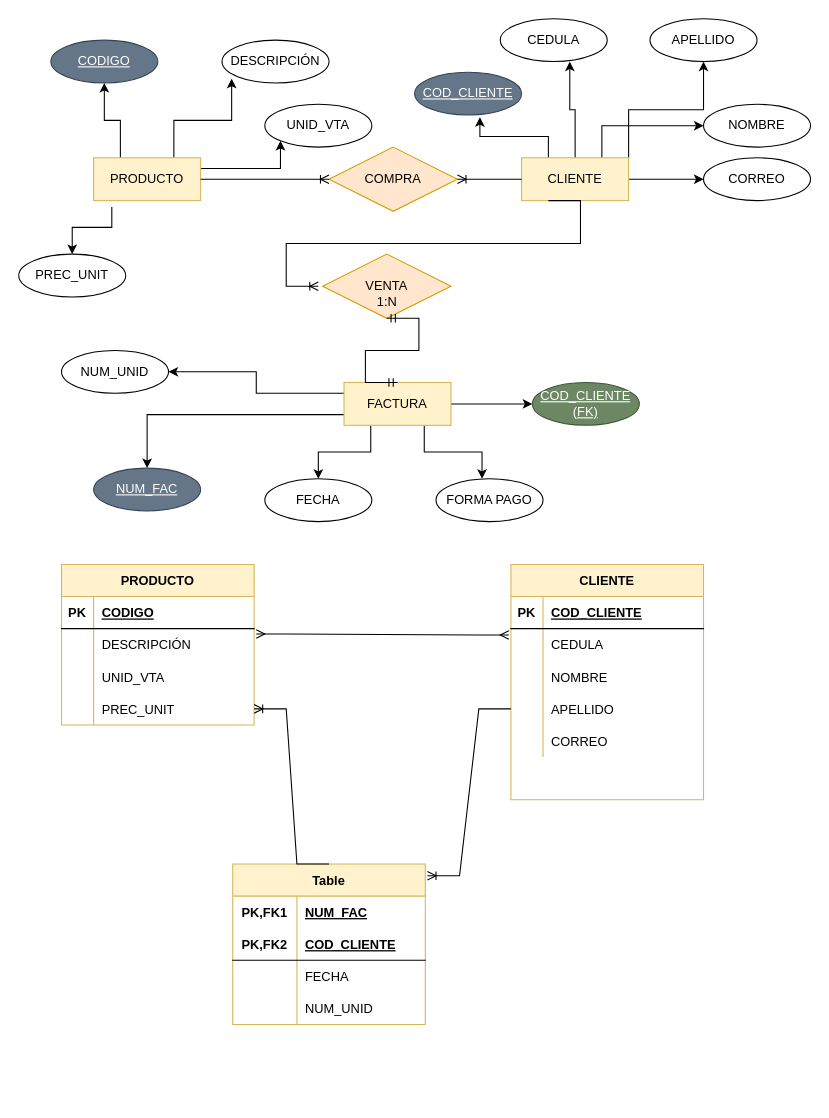
Above: Micromercado.drawio in AOlmosPilares/Base-de-Datos (draw.io), before the change. Source tidied: cells renumbered, new cells numbered last; positions are measured from the earlier drawing's top-left corner, leaving out a move shared by most shapes. Both pictures are drawn from the tidied source at 107%, with x=0, y=0 at pixel (18, 18).
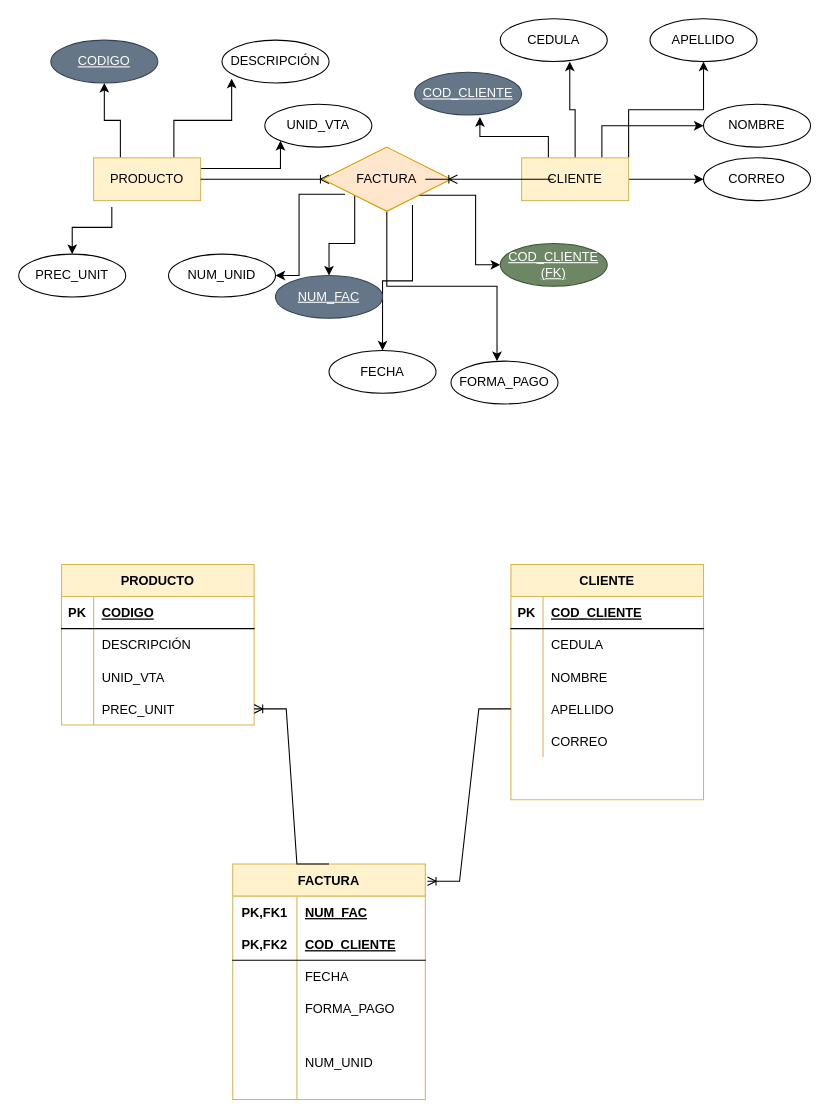
The same page after the edit.

The change refers to these unchanged cells:
```xml
<mxCell id="6" value="PRODUCTO" style="whiteSpace=wrap;html=1;align=center;fillColor=#fff2cc;strokeColor=#d6b656;" parent="1" vertex="1">
  <mxGeometry x="70" y="130" width="100" height="40" as="geometry" />
</mxCell>
<mxCell id="16" value="CLIENTE" style="whiteSpace=wrap;html=1;align=center;fillColor=#fff2cc;strokeColor=#d6b656;" parent="1" vertex="1">
  <mxGeometry x="470" y="130" width="100" height="40" as="geometry" />
</mxCell>
<mxCell id="44" style="shape=tableRow;horizontal=0;startSize=0;swimlaneHead=0;swimlaneBody=0;fillColor=none;points=[[0,0.5],[1,0.5]];portConstraint=eastwest;top=0;left=0;right=0;bottom=0;" parent="40" vertex="1">
  <mxGeometry y="60" width="180" height="30" as="geometry" />
</mxCell>
<mxCell id="57" style="shape=tableRow;horizontal=0;startSize=0;swimlaneHead=0;swimlaneBody=0;fillColor=none;points=[[0,0.5],[1,0.5]];portConstraint=eastwest;top=0;left=0;right=0;bottom=0;" parent="53" vertex="1">
  <mxGeometry y="60" width="180" height="30" as="geometry" />
</mxCell>
```

Change to the diagram source:
```diff
@@
-    <mxCell id="22" style="edgeStyle=orthogonalEdgeStyle;rounded=0;jettySize=auto;html=1;exitX=0;exitY=0.75;exitDx=0;exitDy=0;entryX=0.5;entryY=0;entryDx=0;entryDy=0;" parent="1" edge="1" source="27" target="28">
+    <mxCell id="22" style="edgeStyle=orthogonalEdgeStyle;rounded=0;jettySize=auto;html=1;exitX=0;exitY=1;exitDx=0;exitDy=0;entryX=0.5;entryY=0;entryDx=0;entryDy=0;" parent="1" edge="1" source="27" target="28">
       <mxGeometry relative="1" as="geometry" />
     </mxCell>
-    <mxCell id="23" style="edgeStyle=orthogonalEdgeStyle;rounded=0;jettySize=auto;html=1;exitX=0.25;exitY=1;exitDx=0;exitDy=0;entryX=0.5;entryY=0;entryDx=0;entryDy=0;" parent="1" edge="1" source="27" target="29">
+    <mxCell id="23" style="edgeStyle=orthogonalEdgeStyle;rounded=0;jettySize=auto;html=1;exitX=0.7;exitY=0.9;exitDx=0;exitDy=0;entryX=0.5;entryY=0;entryDx=0;entryDy=0;exitPerimeter=0;" parent="1" edge="1" source="27" target="29">
       <mxGeometry relative="1" as="geometry" />
     </mxCell>
-    <mxCell id="24" style="edgeStyle=orthogonalEdgeStyle;rounded=0;jettySize=auto;html=1;exitX=0.75;exitY=1;exitDx=0;exitDy=0;entryX=0.43;entryY=0;entryDx=0;entryDy=0;entryPerimeter=0;" parent="1" edge="1" source="27" target="30">
+    <mxCell id="24" style="edgeStyle=orthogonalEdgeStyle;rounded=0;jettySize=auto;html=1;exitX=0.5;exitY=1;exitDx=0;exitDy=0;entryX=0.43;entryY=0;entryDx=0;entryDy=0;entryPerimeter=0;" parent="1" edge="1" source="27" target="30">
       <mxGeometry relative="1" as="geometry" />
     </mxCell>
-    <mxCell id="25" style="edgeStyle=orthogonalEdgeStyle;rounded=0;jettySize=auto;html=1;exitX=1;exitY=0.5;exitDx=0;exitDy=0;entryX=0;entryY=0.5;entryDx=0;entryDy=0;" parent="1" edge="1" source="27" target="38">
+    <mxCell id="25" style="edgeStyle=orthogonalEdgeStyle;rounded=0;jettySize=auto;html=1;exitX=1;exitY=1;exitDx=0;exitDy=0;entryX=0;entryY=0.5;entryDx=0;entryDy=0;" parent="1" edge="1" source="27" target="38">
       <mxGeometry relative="1" as="geometry" />
     </mxCell>
-    <mxCell id="26" style="edgeStyle=orthogonalEdgeStyle;rounded=0;jettySize=auto;html=1;exitX=0;exitY=0.25;exitDx=0;exitDy=0;entryX=1;entryY=0.5;entryDx=0;entryDy=0;" parent="1" edge="1" source="27" target="39">
+    <mxCell id="26" style="edgeStyle=orthogonalEdgeStyle;rounded=0;jettySize=auto;html=1;exitX=0.175;exitY=0.733;exitDx=0;exitDy=0;entryX=1;entryY=0.5;entryDx=0;entryDy=0;exitPerimeter=0;" parent="1" edge="1" source="27" target="39">
       <mxGeometry relative="1" as="geometry" />
     </mxCell>
-    <mxCell id="27" value="FACTURA" style="whiteSpace=wrap;html=1;align=center;fillColor=#fff2cc;strokeColor=#d6b656;" parent="1" vertex="1">
-      <mxGeometry x="304" y="340" width="100" height="40" as="geometry" />
-    </mxCell>
     <mxCell id="28" value="NUM_FAC" style="ellipse;whiteSpace=wrap;html=1;align=center;fontStyle=4;fillColor=#647687;fontColor=#ffffff;strokeColor=#314354;" parent="1" vertex="1">
-      <mxGeometry x="70" y="420" width="100" height="40" as="geometry" />
+      <mxGeometry x="240" y="240" width="100" height="40" as="geometry" />
     </mxCell>
     <mxCell id="29" value="FECHA" style="ellipse;whiteSpace=wrap;html=1;align=center;" parent="1" vertex="1">
-      <mxGeometry x="230" y="430" width="100" height="40" as="geometry" />
+      <mxGeometry x="290" y="310" width="100" height="40" as="geometry" />
     </mxCell>
-    <mxCell id="30" value="FORMA PAGO" style="ellipse;whiteSpace=wrap;html=1;align=center;" parent="1" vertex="1">
-      <mxGeometry x="390" y="430" width="100" height="40" as="geometry" />
+    <mxCell id="30" value="FORMA_PAGO" style="ellipse;whiteSpace=wrap;html=1;align=center;" parent="1" vertex="1">
+      <mxGeometry x="404" y="320" width="100" height="40" as="geometry" />
     </mxCell>
-    <mxCell id="31" value="COMPRA" style="shape=rhombus;perimeter=rhombusPerimeter;whiteSpace=wrap;html=1;align=center;fillColor=#ffe6cc;strokeColor=#d79b00;" parent="1" vertex="1">
-      <mxGeometry x="290" y="120" width="120" height="60" as="geometry" />
-    </mxCell>
-    <mxCell id="32" style="edgeStyle=entityRelationEdgeStyle;fontSize=12;html=1;endArrow=ERoneToMany;rounded=0;exitX=0;exitY=0.5;exitDx=0;exitDy=0;entryX=1;entryY=0.5;entryDx=0;entryDy=0;" parent="1" edge="1" source="16" target="31">
-      <mxGeometry relative="1" as="geometry" />
-    </mxCell>
-    <mxCell id="33" style="edgeStyle=entityRelationEdgeStyle;fontSize=12;html=1;endArrow=ERoneToMany;rounded=0;exitX=1;exitY=0.5;exitDx=0;exitDy=0;entryX=0;entryY=0.5;entryDx=0;entryDy=0;" parent="1" edge="1" source="6" target="31">
-      <mxGeometry relative="1" as="geometry" />
+    <mxCell id="33" style="edgeStyle=entityRelationEdgeStyle;fontSize=12;html=1;endArrow=ERoneToMany;rounded=0;exitX=1;exitY=0.5;exitDx=0;exitDy=0;entryX=0;entryY=0.5;entryDx=0;entryDy=0;" parent="1" edge="1" source="6">
+      <mxGeometry relative="1" as="geometry">
+        <mxPoint x="290" y="150" as="targetPoint" />
+      </mxGeometry>
     </mxCell>
-    <mxCell id="34" value="VENTA" style="shape=rhombus;perimeter=rhombusPerimeter;whiteSpace=wrap;html=1;align=center;fillColor=#ffe6cc;strokeColor=#d79b00;" parent="1" vertex="1">
-      <mxGeometry x="284" y="220" width="120" height="60" as="geometry" />
-    </mxCell>
-    <mxCell id="35" style="edgeStyle=entityRelationEdgeStyle;fontSize=12;html=1;endArrow=ERoneToMany;rounded=0;exitX=0.25;exitY=1;exitDx=0;exitDy=0;" parent="1" edge="1" source="16">
-      <mxGeometry relative="1" as="geometry">
-        <mxPoint x="280" y="250" as="targetPoint" />
-      </mxGeometry>
-    </mxCell>
-    <mxCell id="36" style="edgeStyle=entityRelationEdgeStyle;fontSize=12;html=1;endArrow=ERmandOne;startArrow=ERmandOne;rounded=0;exitX=0.5;exitY=0;exitDx=0;exitDy=0;entryX=0.5;entryY=1;entryDx=0;entryDy=0;" parent="1" edge="1" source="27" target="34">
-      <mxGeometry relative="1" as="geometry" />
-    </mxCell>
-    <mxCell id="37" value="1:N" style="text;html=1;align=center;verticalAlign=middle;fillColor=none;strokeColor=none;rounded=0;" parent="1" vertex="1">
-      <mxGeometry x="324" y="250" width="40" height="30" as="geometry" />
-    </mxCell>
     <mxCell id="38" value="COD_CLIENTE&lt;br&gt;(FK)" style="ellipse;whiteSpace=wrap;html=1;align=center;fontStyle=4;fillColor=#6d8764;fontColor=#ffffff;strokeColor=#3A5431;" parent="1" vertex="1">
-      <mxGeometry x="480" y="340" width="100" height="40" as="geometry" />
+      <mxGeometry x="450" y="210" width="100" height="40" as="geometry" />
     </mxCell>
     <mxCell id="39" value="NUM_UNID" style="ellipse;whiteSpace=wrap;html=1;align=center;" parent="1" vertex="1">
-      <mxGeometry x="40" y="310" width="100" height="40" as="geometry" />
+      <mxGeometry x="140" y="220" width="100" height="40" as="geometry" />
     </mxCell>
@@
-    <mxCell id="69" style="edgeStyle=entityRelationEdgeStyle;fontSize=12;html=1;endArrow=ERmany;startArrow=ERmany;rounded=0;exitX=1.011;exitY=0.167;exitDx=0;exitDy=0;exitPerimeter=0;entryX=-0.011;entryY=0.2;entryDx=0;entryDy=0;entryPerimeter=0;" parent="1" edge="1" source="44" target="57">
-      <mxGeometry relative="1" as="geometry" />
-    </mxCell>
@@
-    <mxCell id="71" value="Table" style="shape=table;startSize=30;childLayout=tableLayout;rowLines=0;fontStyle=1;align=center;fillColor=#fff2cc;strokeColor=#d6b656;" parent="1" vertex="1">
-      <mxGeometry x="200" y="790" width="180" height="150" as="geometry" />
+    <mxCell id="71" value="FACTURA" style="shape=table;startSize=30;childLayout=tableLayout;rowLines=0;fontStyle=1;align=center;fillColor=#fff2cc;strokeColor=#d6b656;" parent="1" vertex="1">
+      <mxGeometry x="200" y="790" width="180" height="220" as="geometry" />
     </mxCell>
@@
+    <mxCell id="85" style="shape=tableRow;horizontal=0;startSize=0;swimlaneHead=0;swimlaneBody=0;fillColor=none;top=0;left=0;right=0;bottom=0;" parent="71" vertex="1">
+      <mxGeometry y="120" width="180" height="30" as="geometry" />
+    </mxCell>
+    <mxCell id="86" style="shape=partialRectangle;fillColor=none;top=0;left=0;bottom=0;right=0;overflow=hidden;" parent="85" vertex="1">
+      <mxGeometry width="60" height="30" as="geometry" />
+    </mxCell>
+    <mxCell id="87" value="FORMA_PAGO" style="shape=partialRectangle;fillColor=none;top=0;left=0;bottom=0;right=0;align=left;spacingLeft=6;overflow=hidden;" parent="85" vertex="1">
+      <mxGeometry x="60" width="120" height="30" as="geometry" />
+    </mxCell>
     <mxCell id="81" style="shape=tableRow;horizontal=0;startSize=0;swimlaneHead=0;swimlaneBody=0;fillColor=none;top=0;left=0;right=0;bottom=0;" parent="71" vertex="1">
-      <mxGeometry y="120" width="180" height="30" as="geometry" />
+      <mxGeometry y="150" width="180" height="70" as="geometry" />
     </mxCell>
     <mxCell id="82" style="shape=partialRectangle;fillColor=none;top=0;left=0;bottom=0;right=0;overflow=hidden;" parent="81" vertex="1">
-      <mxGeometry width="60" height="30" as="geometry" />
+      <mxGeometry width="60" height="70" as="geometry" />
     </mxCell>
     <mxCell id="83" value="NUM_UNID" style="shape=partialRectangle;fillColor=none;top=0;left=0;bottom=0;right=0;align=left;spacingLeft=6;overflow=hidden;" parent="81" vertex="1">
-      <mxGeometry x="60" width="120" height="30" as="geometry" />
+      <mxGeometry x="60" width="120" height="70" as="geometry" />
     </mxCell>
@@
+    <mxCell id="27" value="FACTURA" style="shape=rhombus;perimeter=rhombusPerimeter;whiteSpace=wrap;html=1;align=center;fillColor=#ffe6cc;strokeColor=#d79b00;" parent="1" vertex="1">
+      <mxGeometry x="284" y="120" width="120" height="60" as="geometry" />
+    </mxCell>
+    <mxCell id="88" style="edgeStyle=entityRelationEdgeStyle;fontSize=12;html=1;endArrow=ERoneToMany;rounded=0;exitX=0;exitY=0.5;exitDx=0;exitDy=0;" parent="1" edge="1" source="16">
+      <mxGeometry relative="1" as="geometry">
+        <mxPoint x="410" y="150" as="targetPoint" />
+      </mxGeometry>
+    </mxCell>
```
